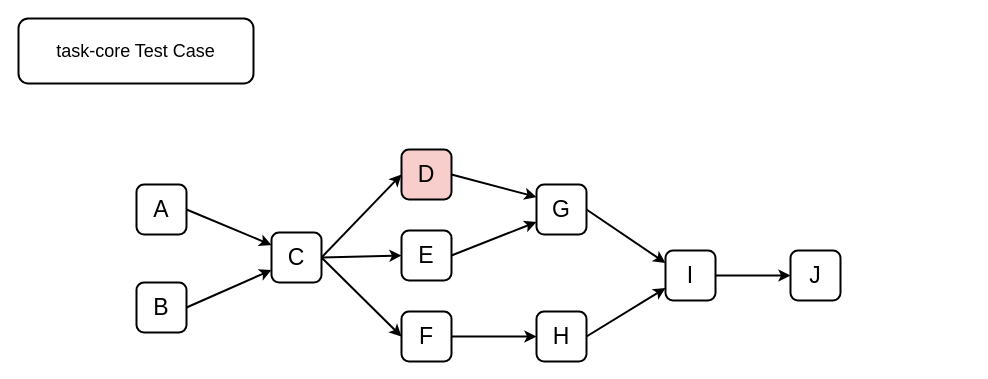
wojiaojsjzs/data-hamal keeps this draw.io diagram as page "Task Test DAG" (2 of 2) of data-hamal.drawio. Above is the earlier version. Source tidied: cells renumbered, new cells numbered last; positions are measured from the earlier drawing's top-left corner, leaving out a move shared by most shapes. Both pictures are drawn from the tidied source at 100%, with x=0, y=0 at pixel (18, 18).
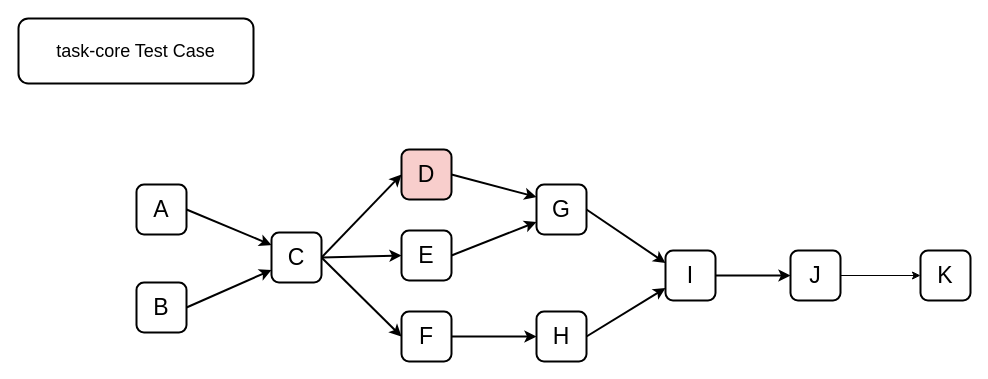
After the change.

Unchanged cells that the change refers to:
```xml
<mxCell id="21" value="J" style="whiteSpace=wrap;html=1;strokeColor=default;strokeWidth=2;fontSize=23;rounded=1;" parent="1" vertex="1">
  <mxGeometry x="772" y="232" width="50" height="50" as="geometry" />
</mxCell>
```

Change to the diagram source:
```diff
@@
+    <mxCell id="24" style="edgeStyle=orthogonalEdgeStyle;rounded=0;jettySize=auto;html=1;" parent="1" edge="1" source="21" target="25">
+      <mxGeometry relative="1" as="geometry" />
+    </mxCell>
@@
+    <mxCell id="25" value="K" style="whiteSpace=wrap;html=1;strokeColor=default;strokeWidth=2;fontSize=23;rounded=1;" parent="1" vertex="1">
+      <mxGeometry x="902" y="232" width="50" height="50" as="geometry" />
+    </mxCell>
```
